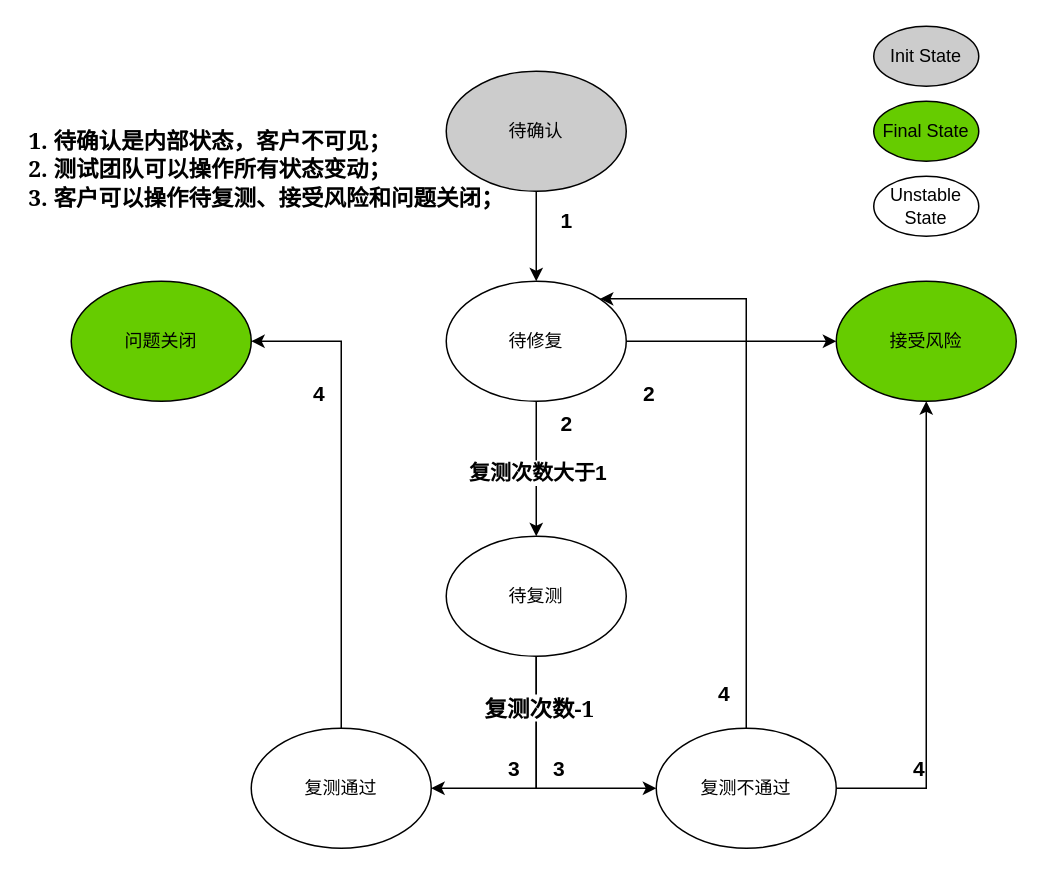
Before: ptaas issure state.drawio in caihuayu0322/drawio-github, a draw.io diagram. Source tidied: cells renumbered, new cells numbered last; positions are measured from the earlier drawing's top-left corner, leaving out a move shared by most shapes. Both pictures are drawn from the tidied source at 150%, with x=0, y=0 at pixel (26, 26).
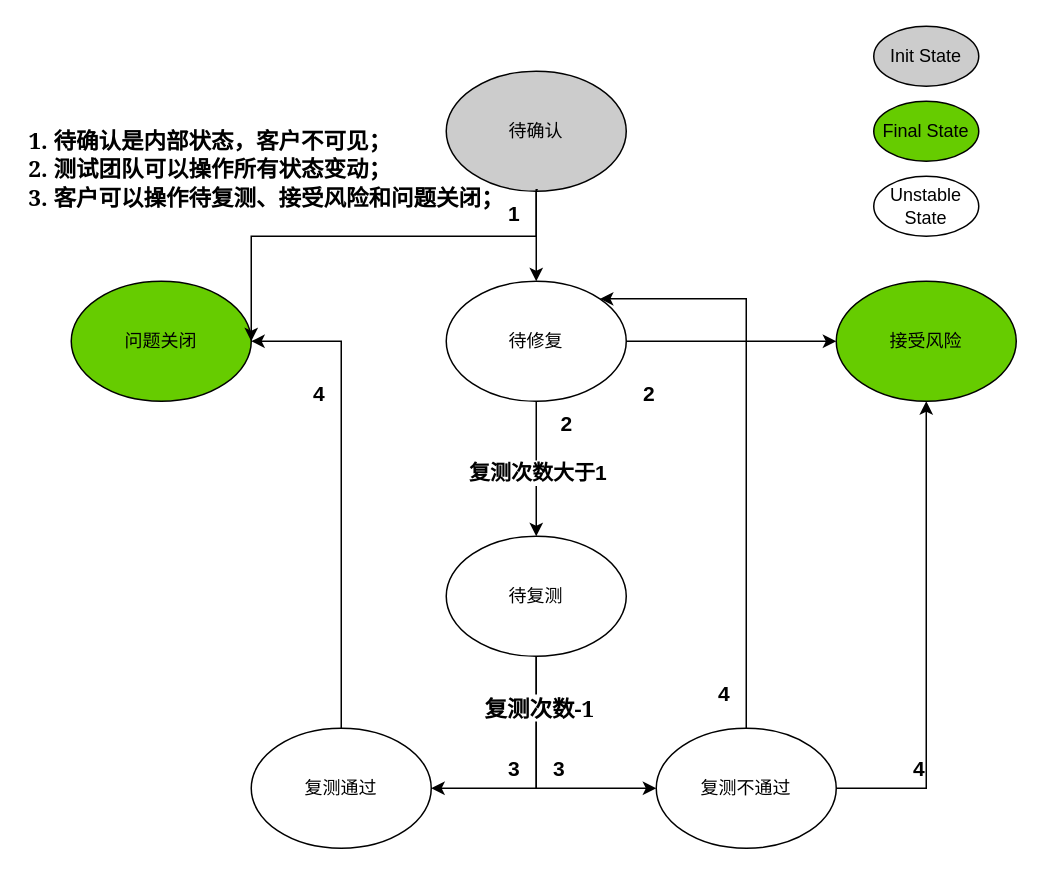
The same diagram, later.

The change refers to these unchanged cells:
```xml
<mxCell id="29" value="&lt;b style=&quot;font-size: 15px;&quot;&gt;&lt;font face=&quot;Georgia&quot;&gt;1. 待确认是内部状态，客户不可见；&lt;br&gt;2. 测试团队可以操作所有状态变动；&lt;br&gt;3. 客户可以操作待复测、接受风险和问题关闭；&lt;/font&gt;&lt;/b&gt;" style="text;html=1;align=left;verticalAlign=middle;points=[];strokeColor=none;fillColor=none;" parent="1" vertex="1">
  <mxGeometry y="60" width="340" height="70" as="geometry" />
</mxCell>
```

What changed in the source:
```diff
@@
     <mxCell id="22" value="&lt;b&gt;1&lt;/b&gt;" style="text;html=1;align=center;verticalAlign=middle;strokeColor=none;fillColor=none;fontSize=14;" parent="1" vertex="1">
-      <mxGeometry x="345" y="115" width="30" height="30" as="geometry" />
+      <mxGeometry x="310" y="110" width="30" height="30" as="geometry" />
     </mxCell>
@@
+    <mxCell id="31" style="endArrow=classic;html=1;rounded=0;exitX=1.003;exitY=0.7;exitDx=0;exitDy=0;exitPerimeter=0;edgeStyle=orthogonalEdgeStyle;" parent="1" edge="1" source="29">
+      <mxGeometry relative="1" as="geometry">
+        <mxPoint x="150" y="210" as="targetPoint" />
+        <Array as="points">
+          <mxPoint x="340" y="109" />
+          <mxPoint x="340" y="140" />
+          <mxPoint x="150" y="140" />
+        </Array>
+      </mxGeometry>
+    </mxCell>
```
